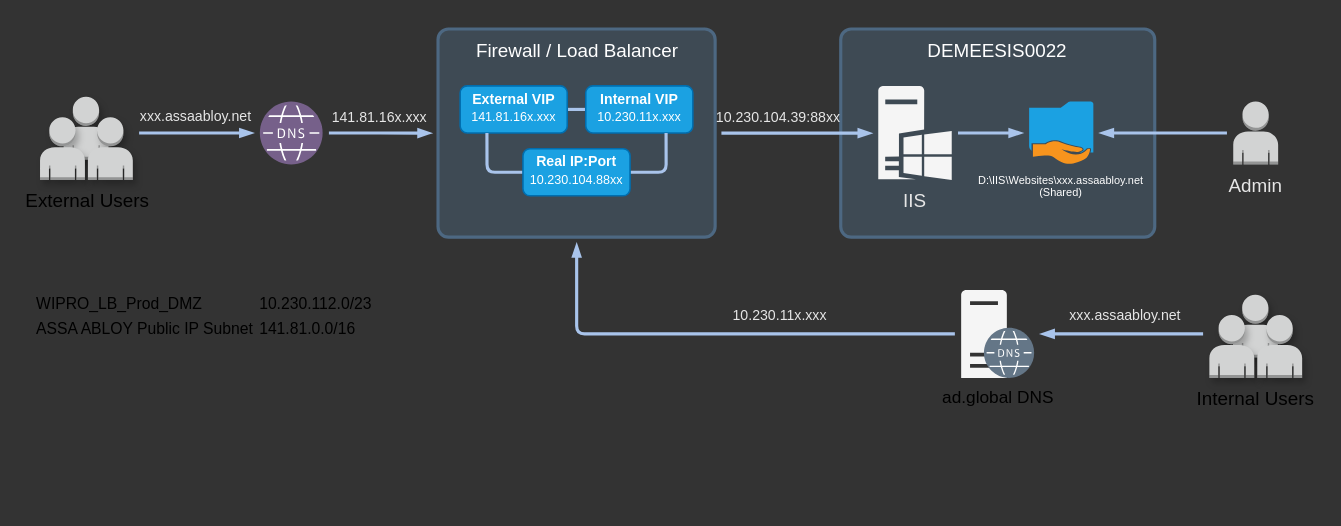
Earlier version of the draw.io diagram page "1.0_Model" (1 of 5) of draw.io/Web Hotel.drawio (changbowen/Misc). Source tidied: cells renumbered, new cells numbered last; positions are measured from the earlier drawing's top-left corner, leaving out a move shared by most shapes. Both pictures are drawn from the tidied source at 157%, with x=0, y=0 at pixel (27, 28).
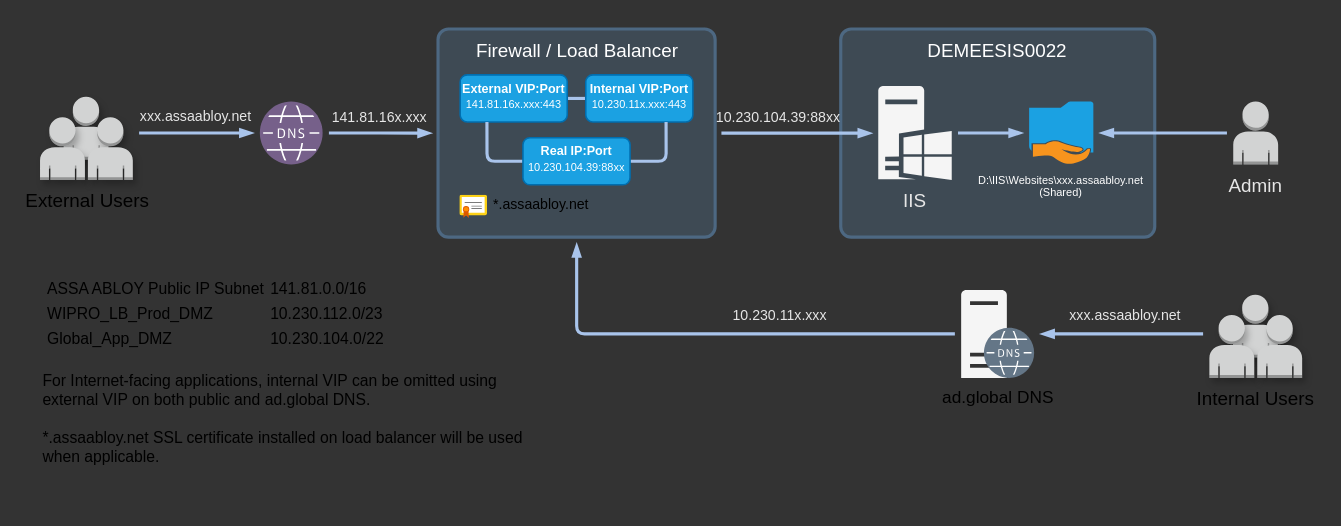
The same page after the edit.

What changed in the source:
```diff
@@
-    <mxCell id="32" value="&lt;b&gt;External VIP&lt;br&gt;&lt;/b&gt;&lt;font style=&quot;font-size: 8px&quot;&gt;141.81.16x.xxx&lt;/font&gt;" style="rounded=1;whiteSpace=wrap;html=1;shadow=0;labelBackgroundColor=none;strokeColor=#006EAF;strokeWidth=1;fillColor=#1ba1e2;fontFamily=Saira Semi Condensed;fontSize=9;fontColor=#ffffff;spacing=0;spacingTop=-2;FType=g;" parent="1" vertex="1">
-      <mxGeometry x="275.6" y="36.2" width="68.2" height="30" as="geometry" />
+    <mxCell id="32" value="&lt;b style=&quot;font-size: 8px&quot;&gt;External VIP:Port&lt;br style=&quot;font-size: 8px&quot;&gt;&lt;/b&gt;&lt;font style=&quot;font-size: 7px&quot;&gt;141.81.16x.xxx:443&lt;/font&gt;" style="rounded=1;whiteSpace=wrap;html=1;shadow=0;labelBackgroundColor=none;strokeColor=#006EAF;strokeWidth=1;fillColor=#1ba1e2;fontFamily=Saira Semi Condensed;fontSize=8;fontColor=#ffffff;spacing=0;spacingTop=-2;FType=g;" parent="1" vertex="1">
+      <mxGeometry x="275.6" y="29.2" width="68.2" height="30" as="geometry" />
     </mxCell>
-    <mxCell id="33" value="&lt;b&gt;Internal VIP&lt;br&gt;&lt;/b&gt;&lt;font style=&quot;font-size: 8px&quot;&gt;10.230.11x.xxx&lt;/font&gt;" style="rounded=1;whiteSpace=wrap;html=1;shadow=0;labelBackgroundColor=none;strokeColor=#006EAF;strokeWidth=1;fillColor=#1ba1e2;fontFamily=Saira Semi Condensed;fontSize=9;fontColor=#ffffff;spacing=0;spacingTop=-2;FType=g;" parent="1" vertex="1">
-      <mxGeometry x="355.6" y="36.2" width="68.2" height="30" as="geometry" />
+    <mxCell id="33" value="&lt;b style=&quot;font-size: 8px&quot;&gt;Internal VIP:Port&lt;br style=&quot;font-size: 8px&quot;&gt;&lt;/b&gt;&lt;font style=&quot;font-size: 7px&quot;&gt;10.230.11x.xxx:443&lt;/font&gt;" style="rounded=1;whiteSpace=wrap;html=1;shadow=0;labelBackgroundColor=none;strokeColor=#006EAF;strokeWidth=1;fillColor=#1ba1e2;fontFamily=Saira Semi Condensed;fontSize=8;fontColor=#ffffff;spacing=0;spacingTop=-2;FType=g;" parent="1" vertex="1">
+      <mxGeometry x="355.6" y="29.2" width="68.2" height="30" as="geometry" />
     </mxCell>
@@
-    <mxCell id="36" value="&lt;b&gt;Real IP:Port&lt;br&gt;&lt;/b&gt;&lt;font style=&quot;font-size: 8px&quot;&gt;10.230.104.88xx&lt;/font&gt;" style="rounded=1;whiteSpace=wrap;html=1;shadow=0;labelBackgroundColor=none;strokeColor=#006EAF;strokeWidth=1;fillColor=#1ba1e2;fontFamily=Saira Semi Condensed;fontSize=9;fontColor=#ffffff;spacing=0;spacingTop=-2;FType=g;" parent="1" vertex="1">
-      <mxGeometry x="315.6" y="76.2" width="68.2" height="30" as="geometry" />
+    <mxCell id="36" value="&lt;b style=&quot;font-size: 8px&quot;&gt;Real IP:Port&lt;br style=&quot;font-size: 8px&quot;&gt;&lt;/b&gt;&lt;font style=&quot;font-size: 7px&quot;&gt;10.230.104.39:88xx&lt;/font&gt;" style="rounded=1;whiteSpace=wrap;html=1;shadow=0;labelBackgroundColor=none;strokeColor=#006EAF;strokeWidth=1;fillColor=#1ba1e2;fontFamily=Saira Semi Condensed;fontSize=8;fontColor=#ffffff;spacing=0;spacingTop=-2;FType=g;" parent="1" vertex="1">
+      <mxGeometry x="315.6" y="69.2" width="68.2" height="30" as="geometry" />
     </mxCell>
-    <mxCell id="37" value="&lt;table&gt;&lt;tbody&gt;&lt;tr&gt;&lt;td&gt;WIPRO_LB_Prod_DMZ&lt;br&gt;&lt;/td&gt;&lt;td&gt;10.230.112.0/23&lt;br&gt;&lt;/td&gt;&lt;/tr&gt;&lt;tr&gt;&lt;td&gt;ASSA ABLOY Public IP Subnet&lt;br&gt;&lt;/td&gt;&lt;td&gt;141.81.0.0/16&lt;br&gt;&lt;/td&gt;&lt;/tr&gt;&lt;/tbody&gt;&lt;/table&gt;" style="text;html=1;strokeColor=none;fillColor=none;align=left;verticalAlign=top;whiteSpace=wrap;rounded=0;fontSize=10;fontFamily=Saira Semi Condensed;FType=g;" parent="1" vertex="1">
-      <mxGeometry x="0.5" y="160" width="261" height="50" as="geometry" />
+    <mxCell id="37" value="&lt;table&gt;&lt;tbody&gt;&lt;tr&gt;&lt;td&gt;ASSA ABLOY Public IP Subnet&lt;br&gt;&lt;/td&gt;&lt;td&gt;141.81.0.0/16&lt;br&gt;&lt;/td&gt;&lt;/tr&gt;&lt;tr&gt;&lt;td&gt;WIPRO_LB_Prod_DMZ&lt;br&gt;&lt;/td&gt;&lt;td&gt;10.230.112.0/23&lt;br&gt;&lt;/td&gt;&lt;/tr&gt;&lt;tr&gt;&lt;td&gt;Global_App_DMZ&lt;/td&gt;&lt;td&gt;10.230.104.0/22&lt;/td&gt;&lt;/tr&gt;&lt;/tbody&gt;&lt;/table&gt;&lt;br&gt;For Internet-facing applications, internal VIP can be omitted using external VIP on both public and ad.global DNS.&lt;br&gt;&lt;br&gt;*.assaabloy.net SSL certificate installed on load balancer will be used when applicable." style="text;html=1;strokeColor=none;fillColor=none;align=left;verticalAlign=top;whiteSpace=wrap;rounded=0;fontSize=10;fontFamily=Saira Semi Condensed;FType=g;" parent="1" vertex="1">
+      <mxGeometry x="8" y="150" width="310" height="150" as="geometry" />
     </mxCell>
+    <mxCell id="38" value="*.assaabloy.net" style="align=left;image;fontSize=9;image=img/lib/mscae/Certificate.svg;labelBackgroundColor=none;fontFamily=Saira Semi Condensed;FType=g;labelPosition=right;verticalLabelPosition=middle;verticalAlign=middle;html=1;spacing=0;spacingTop=-3;spacingLeft=4;" parent="1" vertex="1">
+      <mxGeometry x="275.6" y="106" width="17.6" height="14.8" as="geometry" />
+    </mxCell>
```
